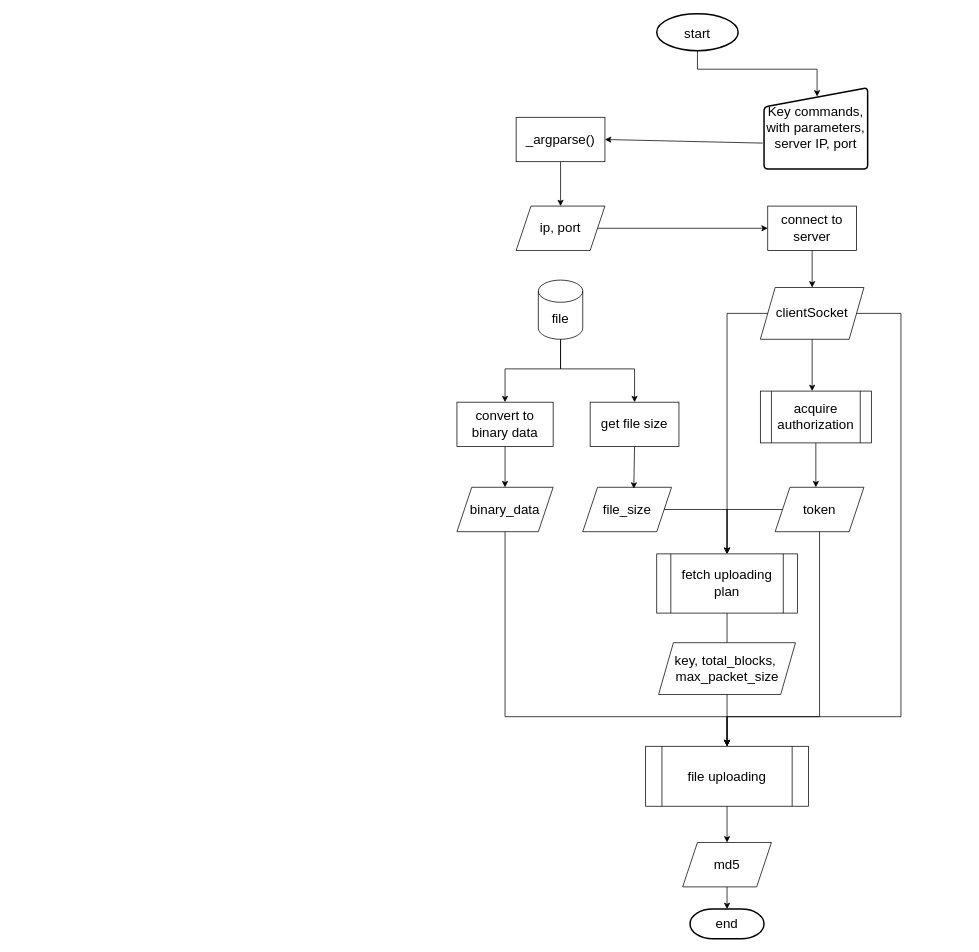
Above: page "main" (2 of 4) of Untitled Diagram.drawio in 1102131860/CAN201 (draw.io), before the change. Source tidied: cells renumbered, new cells numbered last; positions are measured from the earlier drawing's top-left corner, leaving out a move shared by most shapes. Both pictures are drawn from the tidied source at 74%, with x=0, y=0 at pixel (457, 13).
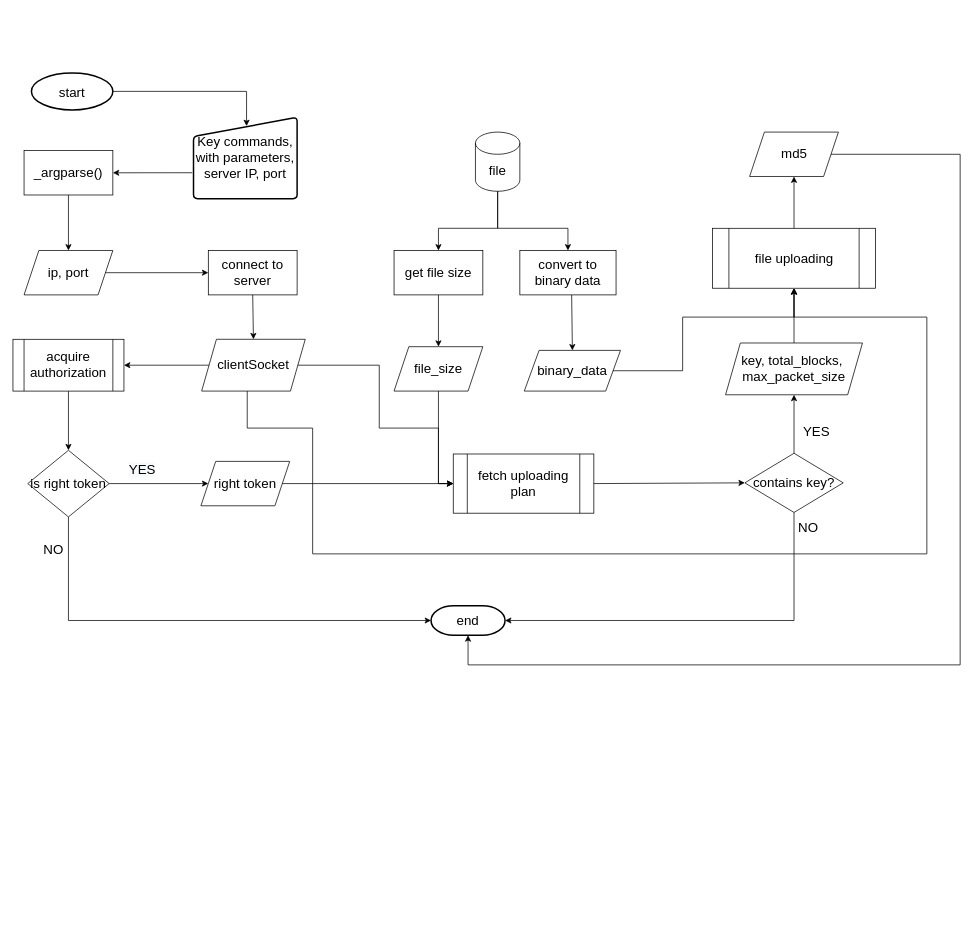
The same page after the edit.

Change to the diagram source:
```diff
@@
     <mxCell id="2" value="connect to server" style="rounded=0;whiteSpace=wrap;html=1;fontSize=18;" parent="1" vertex="1">
-      <mxGeometry x="420" y="260" width="120" height="60" as="geometry" />
+      <mxGeometry x="-336" y="320" width="120" height="60" as="geometry" />
     </mxCell>
@@
-    <mxCell id="4" style="endArrow=classic;html=1;rounded=0;fontSize=18;exitX=0.5;exitY=1;exitDx=0;exitDy=0;" parent="1" edge="1" source="5">
-      <mxGeometry relative="1" as="geometry">
-        <mxPoint x="485" y="640" as="targetPoint" />
-      </mxGeometry>
+    <mxCell id="4" style="endArrow=classic;html=1;rounded=0;fontSize=18;exitX=0.5;exitY=1;exitDx=0;exitDy=0;entryX=0.5;entryY=0;entryDx=0;entryDy=0;" parent="1" edge="1" source="5" target="41">
+      <mxGeometry relative="1" as="geometry" />
     </mxCell>
     <mxCell id="5" value="acquire authorization" style="shape=process;whiteSpace=wrap;html=1;backgroundOutline=1;fontSize=18;" parent="1" vertex="1">
-      <mxGeometry x="410" y="510" width="150" height="70" as="geometry" />
+      <mxGeometry x="-600" y="440" width="150" height="70" as="geometry" />
     </mxCell>
-    <mxCell id="6" value="token" style="shape=parallelogram;perimeter=parallelogramPerimeter;whiteSpace=wrap;html=1;fixedSize=1;fontSize=18;" parent="1" vertex="1">
-      <mxGeometry x="430" y="640" width="120" height="60" as="geometry" />
-    </mxCell>
     <mxCell id="7" value="fetch uploading plan" style="shape=process;whiteSpace=wrap;html=1;backgroundOutline=1;fontSize=18;" parent="1" vertex="1">
-      <mxGeometry x="270" y="730" width="190" height="80" as="geometry" />
+      <mxGeometry x="-5" y="595" width="190" height="80" as="geometry" />
     </mxCell>
-    <mxCell id="8" value="file_size" style="shape=parallelogram;perimeter=parallelogramPerimeter;whiteSpace=wrap;html=1;fixedSize=1;fontSize=18;" parent="1" vertex="1">
-      <mxGeometry x="170" y="640" width="120" height="60" as="geometry" />
-    </mxCell>
-    <mxCell id="9" value="file" style="shape=cylinder3;whiteSpace=wrap;html=1;boundedLbl=1;backgroundOutline=1;size=15;fontSize=18;" parent="1" vertex="1">
-      <mxGeometry x="110" y="360" width="60" height="80" as="geometry" />
-    </mxCell>
-    <mxCell id="10" value="get file size" style="rounded=0;whiteSpace=wrap;html=1;fontSize=18;" parent="1" vertex="1">
-      <mxGeometry x="180" y="525" width="120" height="60" as="geometry" />
-    </mxCell>
-    <mxCell id="11" style="endArrow=classic;html=1;rounded=0;fontSize=18;exitX=0.5;exitY=1;exitDx=0;exitDy=0;entryX=0.575;entryY=0.03;entryDx=0;entryDy=0;entryPerimeter=0;" parent="1" edge="1" source="10" target="8">
-      <mxGeometry relative="1" as="geometry" />
-    </mxCell>
-    <mxCell id="12" style="endArrow=classic;html=1;rounded=0;fontSize=18;exitX=1;exitY=0.5;exitDx=0;exitDy=0;entryX=0.5;entryY=0;entryDx=0;entryDy=0;edgeStyle=orthogonalEdgeStyle;" parent="1" edge="1" source="8" target="7">
-      <mxGeometry relative="1" as="geometry">
-        <Array as="points">
-          <mxPoint x="365" y="670" />
-        </Array>
-      </mxGeometry>
-    </mxCell>
-    <mxCell id="13" style="endArrow=classic;html=1;rounded=0;fontSize=18;exitX=0;exitY=0.5;exitDx=0;exitDy=0;entryX=0.5;entryY=0;entryDx=0;entryDy=0;edgeStyle=orthogonalEdgeStyle;" parent="1" edge="1" source="6" target="7">
-      <mxGeometry relative="1" as="geometry">
-        <Array as="points">
-          <mxPoint x="365" y="670" />
-        </Array>
-      </mxGeometry>
-    </mxCell>
     <mxCell id="14" value="clientSocket" style="shape=parallelogram;perimeter=parallelogramPerimeter;whiteSpace=wrap;html=1;fixedSize=1;fontSize=18;" parent="1" vertex="1">
-      <mxGeometry x="410" y="370" width="140" height="70" as="geometry" />
+      <mxGeometry x="-345" y="440" width="140" height="70" as="geometry" />
     </mxCell>
-    <mxCell id="15" style="endArrow=classic;html=1;rounded=0;fontSize=18;exitX=0.5;exitY=1;exitDx=0;exitDy=0;" parent="1" edge="1" source="14">
-      <mxGeometry relative="1" as="geometry">
-        <mxPoint x="480" y="510" as="targetPoint" />
-      </mxGeometry>
-    </mxCell>
-    <mxCell id="16" value="convert to binary data" style="rounded=0;whiteSpace=wrap;html=1;fontSize=18;" parent="1" vertex="1">
-      <mxGeometry y="525" width="130" height="60" as="geometry" />
-    </mxCell>
-    <mxCell id="17" value="binary_data" style="shape=parallelogram;perimeter=parallelogramPerimeter;whiteSpace=wrap;html=1;fixedSize=1;fontSize=18;" parent="1" vertex="1">
-      <mxGeometry y="640" width="130" height="60" as="geometry" />
-    </mxCell>
-    <mxCell id="18" style="endArrow=classic;html=1;rounded=0;fontSize=18;exitX=0.5;exitY=1;exitDx=0;exitDy=0;entryX=0.5;entryY=0;entryDx=0;entryDy=0;" parent="1" edge="1" source="16" target="17">
-      <mxGeometry relative="1" as="geometry" />
-    </mxCell>
     <mxCell id="19" value="ip, port" style="shape=parallelogram;perimeter=parallelogramPerimeter;whiteSpace=wrap;html=1;fixedSize=1;fontSize=18;" parent="1" vertex="1">
-      <mxGeometry x="80" y="260" width="120" height="60" as="geometry" />
+      <mxGeometry x="-585" y="320" width="120" height="60" as="geometry" />
     </mxCell>
     <mxCell id="20" value="&lt;span style=&quot;font-size: 18px;&quot;&gt;start&lt;/span&gt;" style="strokeWidth=2;html=1;shape=mxgraph.flowchart.start_1;whiteSpace=wrap;fontSize=24;" parent="1" vertex="1">
-      <mxGeometry x="270" width="110" height="50" as="geometry" />
+      <mxGeometry x="-575" y="80" width="110" height="50" as="geometry" />
     </mxCell>
-    <mxCell id="21" style="endArrow=classic;html=1;rounded=0;fontSize=18;exitX=0.5;exitY=1;exitDx=0;exitDy=0;exitPerimeter=0;entryX=0.512;entryY=0.108;entryDx=0;entryDy=0;entryPerimeter=0;edgeStyle=orthogonalEdgeStyle;" parent="1" edge="1" source="20" target="22">
+    <mxCell id="21" style="endArrow=classic;html=1;rounded=0;fontSize=18;exitX=1;exitY=0.5;exitDx=0;exitDy=0;exitPerimeter=0;entryX=0.512;entryY=0.108;entryDx=0;entryDy=0;entryPerimeter=0;edgeStyle=orthogonalEdgeStyle;" parent="1" edge="1" source="20" target="22">
       <mxGeometry relative="1" as="geometry" />
     </mxCell>
     <mxCell id="22" value="Key commands, with parameters, server IP, port" style="html=1;strokeWidth=2;shape=manualInput;whiteSpace=wrap;rounded=1;size=26;arcSize=11;fontSize=18;" parent="1" vertex="1">
-      <mxGeometry x="415" y="100" width="140" height="110" as="geometry" />
+      <mxGeometry x="-356" y="140" width="140" height="110" as="geometry" />
     </mxCell>
@@
     <mxCell id="24" value="_argparse()" style="rounded=0;whiteSpace=wrap;html=1;fontSize=18;" parent="1" vertex="1">
-      <mxGeometry x="80" y="140" width="120" height="60" as="geometry" />
+      <mxGeometry x="-585" y="185" width="120" height="60" as="geometry" />
     </mxCell>
@@
-    <mxCell id="27" style="endArrow=classic;html=1;rounded=0;fontSize=18;entryX=0.5;entryY=0;entryDx=0;entryDy=0;edgeStyle=orthogonalEdgeStyle;exitX=0;exitY=0.5;exitDx=0;exitDy=0;" parent="1" edge="1" source="14" target="7">
-      <mxGeometry relative="1" as="geometry">
-        <Array as="points">
-          <mxPoint x="365" y="405" />
-        </Array>
-      </mxGeometry>
-    </mxCell>
     <mxCell id="28" value="file uploading" style="shape=process;whiteSpace=wrap;html=1;backgroundOutline=1;fontSize=18;" parent="1" vertex="1">
-      <mxGeometry x="255" y="990" width="220" height="81" as="geometry" />
+      <mxGeometry x="345.5" y="290" width="220" height="81" as="geometry" />
     </mxCell>
-    <mxCell id="29" style="endArrow=classic;html=1;rounded=0;fontSize=18;exitX=0.5;exitY=1;exitDx=0;exitDy=0;exitPerimeter=0;entryX=0.5;entryY=0;entryDx=0;entryDy=0;edgeStyle=orthogonalEdgeStyle;" parent="1" edge="1" source="9" target="16">
-      <mxGeometry relative="1" as="geometry">
-        <Array as="points">
-          <mxPoint x="140" y="480" />
-          <mxPoint x="65" y="480" />
-        </Array>
-      </mxGeometry>
-    </mxCell>
-    <mxCell id="30" style="endArrow=classic;html=1;rounded=0;fontSize=18;entryX=0.5;entryY=0;entryDx=0;entryDy=0;edgeStyle=orthogonalEdgeStyle;" parent="1" edge="1" target="10">
-      <mxGeometry relative="1" as="geometry">
-        <mxPoint x="140" y="440" as="sourcePoint" />
-        <Array as="points">
-          <mxPoint x="140" y="480" />
-          <mxPoint x="240" y="480" />
-        </Array>
-      </mxGeometry>
-    </mxCell>
-    <mxCell id="31" style="endArrow=classic;html=1;rounded=0;fontSize=18;exitX=0.5;exitY=1;exitDx=0;exitDy=0;entryX=0.5;entryY=0;entryDx=0;entryDy=0;" parent="1" edge="1" source="28" target="32">
-      <mxGeometry relative="1" as="geometry" />
-    </mxCell>
     <mxCell id="32" value="md5" style="shape=parallelogram;perimeter=parallelogramPerimeter;whiteSpace=wrap;html=1;fixedSize=1;fontSize=18;" parent="1" vertex="1">
-      <mxGeometry x="305" y="1120" width="120" height="60" as="geometry" />
+      <mxGeometry x="395.5" y="160" width="120" height="60" as="geometry" />
     </mxCell>
     <mxCell id="33" value="end" style="strokeWidth=2;html=1;shape=mxgraph.flowchart.terminator;whiteSpace=wrap;fontSize=18;" parent="1" vertex="1">
-      <mxGeometry x="315" y="1210" width="100" height="40" as="geometry" />
+      <mxGeometry x="-35" y="800" width="100" height="40" as="geometry" />
     </mxCell>
+    <mxCell id="31" style="endArrow=classic;html=1;rounded=0;fontSize=18;exitX=0.5;exitY=0;exitDx=0;exitDy=0;entryX=0.5;entryY=1;entryDx=0;entryDy=0;" parent="1" edge="1" source="28" target="32">
+      <mxGeometry relative="1" as="geometry" />
+    </mxCell>
+    <mxCell id="41" value="is right token" style="rhombus;whiteSpace=wrap;html=1;fontSize=18;" parent="1" vertex="1">
+      <mxGeometry x="-580" y="590" width="110" height="90" as="geometry" />
+    </mxCell>
+    <mxCell id="42" value="right token" style="shape=parallelogram;perimeter=parallelogramPerimeter;whiteSpace=wrap;html=1;fixedSize=1;fontSize=18;" parent="1" vertex="1">
+      <mxGeometry x="-346" y="605" width="120" height="60" as="geometry" />
+    </mxCell>
+    <mxCell id="36" value="key, total_blocks,&amp;nbsp; max_packet_size" style="shape=parallelogram;perimeter=parallelogramPerimeter;whiteSpace=wrap;html=1;fixedSize=1;fontSize=18;" parent="1" vertex="1">
+      <mxGeometry x="363" y="445" width="185" height="70" as="geometry" />
+    </mxCell>
+    <mxCell id="43" value="contains key?" style="rhombus;whiteSpace=wrap;html=1;fontSize=18;" parent="1" vertex="1">
+      <mxGeometry x="389" y="594" width="133" height="80" as="geometry" />
+    </mxCell>
+    <mxCell id="44" style="endArrow=classic;html=1;rounded=0;fontSize=18;entryX=0.5;entryY=1;entryDx=0;entryDy=0;exitX=0.5;exitY=0;exitDx=0;exitDy=0;" parent="1" edge="1" source="43" target="36">
+      <mxGeometry relative="1" as="geometry" />
+    </mxCell>
+    <mxCell id="45" value="YES" style="text;html=1;strokeColor=none;fillColor=none;align=center;verticalAlign=middle;whiteSpace=wrap;rounded=0;fontSize=18;" parent="1" vertex="1">
+      <mxGeometry x="455.5" y="550" width="60" height="30" as="geometry" />
+    </mxCell>
+    <mxCell id="46" value="NO" style="text;html=1;strokeColor=none;fillColor=none;align=center;verticalAlign=middle;whiteSpace=wrap;rounded=0;fontSize=18;" parent="1" vertex="1">
+      <mxGeometry x="-575" y="710" width="60" height="30" as="geometry" />
+    </mxCell>
+    <mxCell id="47" value="NO" style="text;html=1;strokeColor=none;fillColor=none;align=center;verticalAlign=middle;whiteSpace=wrap;rounded=0;fontSize=18;" parent="1" vertex="1">
+      <mxGeometry x="445" y="680" width="60" height="30" as="geometry" />
+    </mxCell>
+    <mxCell id="48" value="&lt;span style=&quot;color: rgb(0, 0, 0); font-family: Helvetica; font-size: 18px; font-style: normal; font-variant-ligatures: normal; font-variant-caps: normal; font-weight: 400; letter-spacing: normal; orphans: 2; text-align: center; text-indent: 0px; text-transform: none; widows: 2; word-spacing: 0px; -webkit-text-stroke-width: 0px; background-color: rgb(248, 249, 250); text-decoration-thickness: initial; text-decoration-style: initial; text-decoration-color: initial; float: none; display: inline !important;&quot;&gt;YES&lt;/span&gt;" style="text;whiteSpace=wrap;html=1;fontSize=18;" parent="1" vertex="1">
+      <mxGeometry x="-445" y="600" width="70" height="50" as="geometry" />
+    </mxCell>
+    <mxCell id="9" value="file" style="shape=cylinder3;whiteSpace=wrap;html=1;boundedLbl=1;backgroundOutline=1;size=15;fontSize=18;" parent="1" vertex="1">
+      <mxGeometry x="25" y="160" width="60" height="80" as="geometry" />
+    </mxCell>
+    <mxCell id="49" style="endArrow=classic;html=1;rounded=0;fontSize=18;entryX=0.5;entryY=0;entryDx=0;entryDy=0;" parent="1" edge="1" target="17">
+      <mxGeometry relative="1" as="geometry">
+        <mxPoint x="155" y="380" as="sourcePoint" />
+      </mxGeometry>
+    </mxCell>
+    <mxCell id="11" style="endArrow=classic;html=1;rounded=0;fontSize=18;exitX=0.5;exitY=1;exitDx=0;exitDy=0;entryX=0.5;entryY=0;entryDx=0;entryDy=0;" parent="1" edge="1" source="10" target="8">
+      <mxGeometry relative="1" as="geometry" />
+    </mxCell>
+    <mxCell id="50" style="endArrow=classic;html=1;rounded=0;fontSize=18;exitX=0.5;exitY=1;exitDx=0;exitDy=0;exitPerimeter=0;entryX=0.5;entryY=0;entryDx=0;entryDy=0;edgeStyle=orthogonalEdgeStyle;" parent="1" edge="1" source="9" target="10">
+      <mxGeometry relative="1" as="geometry">
+        <Array as="points">
+          <mxPoint x="55" y="290" />
+          <mxPoint x="-25" y="290" />
+          <mxPoint x="-25" y="320" />
+        </Array>
+      </mxGeometry>
+    </mxCell>
+    <mxCell id="51" style="endArrow=classic;html=1;rounded=0;fontSize=18;exitX=1;exitY=0.5;exitDx=0;exitDy=0;" parent="1" edge="1" source="41" target="42">
+      <mxGeometry relative="1" as="geometry" />
+    </mxCell>
+    <mxCell id="52" style="endArrow=classic;html=1;rounded=0;fontSize=18;exitX=1;exitY=0.5;exitDx=0;exitDy=0;entryX=0;entryY=0.5;entryDx=0;entryDy=0;" parent="1" edge="1" source="42" target="7">
+      <mxGeometry relative="1" as="geometry" />
+    </mxCell>
+    <mxCell id="8" value="file_size" style="shape=parallelogram;perimeter=parallelogramPerimeter;whiteSpace=wrap;html=1;fixedSize=1;fontSize=18;" parent="1" vertex="1">
+      <mxGeometry x="-85" y="450" width="120" height="60" as="geometry" />
+    </mxCell>
+    <mxCell id="17" value="binary_data" style="shape=parallelogram;perimeter=parallelogramPerimeter;whiteSpace=wrap;html=1;fixedSize=1;fontSize=18;" parent="1" vertex="1">
+      <mxGeometry x="91" y="455" width="130" height="55" as="geometry" />
+    </mxCell>
+    <mxCell id="16" value="convert to binary data" style="rounded=0;whiteSpace=wrap;html=1;fontSize=18;" parent="1" vertex="1">
+      <mxGeometry x="85" y="320" width="130" height="60" as="geometry" />
+    </mxCell>
+    <mxCell id="10" value="get file size" style="rounded=0;whiteSpace=wrap;html=1;fontSize=18;" parent="1" vertex="1">
+      <mxGeometry x="-85" y="320" width="120" height="60" as="geometry" />
+    </mxCell>
+    <mxCell id="29" style="endArrow=classic;html=1;rounded=0;fontSize=18;exitX=0.5;exitY=1;exitDx=0;exitDy=0;exitPerimeter=0;entryX=0.5;entryY=0;entryDx=0;entryDy=0;edgeStyle=orthogonalEdgeStyle;" parent="1" edge="1" source="9" target="16">
+      <mxGeometry relative="1" as="geometry">
+        <Array as="points">
+          <mxPoint x="55" y="290" />
+          <mxPoint x="150" y="290" />
+        </Array>
+      </mxGeometry>
+    </mxCell>
+    <mxCell id="27" style="endArrow=classic;html=1;rounded=0;fontSize=18;exitX=1;exitY=0.5;exitDx=0;exitDy=0;entryX=0;entryY=0.5;entryDx=0;entryDy=0;edgeStyle=orthogonalEdgeStyle;" parent="1" edge="1" source="14" target="7">
+      <mxGeometry relative="1" as="geometry">
+        <Array as="points">
+          <mxPoint x="-105" y="475" />
+          <mxPoint x="-105" y="560" />
+          <mxPoint x="-25" y="560" />
+          <mxPoint x="-25" y="635" />
+        </Array>
+      </mxGeometry>
+    </mxCell>
+    <mxCell id="12" style="endArrow=classic;html=1;rounded=0;fontSize=18;exitX=0.5;exitY=1;exitDx=0;exitDy=0;entryX=0;entryY=0.5;entryDx=0;entryDy=0;edgeStyle=orthogonalEdgeStyle;" parent="1" edge="1" source="8" target="7">
+      <mxGeometry relative="1" as="geometry" />
+    </mxCell>
+    <mxCell id="37" style="endArrow=classic;html=1;rounded=0;fontSize=18;exitX=1;exitY=0.5;exitDx=0;exitDy=0;entryX=0.5;entryY=1;entryDx=0;entryDy=0;edgeStyle=orthogonalEdgeStyle;" parent="1" edge="1" source="17" target="28">
+      <mxGeometry relative="1" as="geometry">
+        <Array as="points">
+          <mxPoint x="305" y="482" />
+          <mxPoint x="305" y="410" />
+          <mxPoint x="456" y="410" />
+        </Array>
+      </mxGeometry>
+    </mxCell>
+    <mxCell id="40" style="endArrow=classic;html=1;rounded=0;fontSize=18;exitX=0.44;exitY=1;exitDx=0;exitDy=0;exitPerimeter=0;entryX=0.5;entryY=1;entryDx=0;entryDy=0;edgeStyle=orthogonalEdgeStyle;" parent="1" edge="1" source="14" target="28">
+      <mxGeometry relative="1" as="geometry">
+        <Array as="points">
+          <mxPoint x="-283" y="560" />
+          <mxPoint x="-195" y="560" />
+          <mxPoint x="-195" y="730" />
+          <mxPoint x="635" y="730" />
+          <mxPoint x="635" y="410" />
+          <mxPoint x="456" y="410" />
+        </Array>
+      </mxGeometry>
+    </mxCell>
+    <mxCell id="38" style="endArrow=classic;html=1;rounded=0;fontSize=18;entryX=0.5;entryY=1;entryDx=0;entryDy=0;exitX=0.5;exitY=0;exitDx=0;exitDy=0;" parent="1" edge="1" source="36" target="28">
+      <mxGeometry relative="1" as="geometry" />
+    </mxCell>
+    <mxCell id="53" style="endArrow=classic;html=1;rounded=0;fontSize=18;exitX=0.5;exitY=1;exitDx=0;exitDy=0;entryX=0;entryY=0.5;entryDx=0;entryDy=0;entryPerimeter=0;edgeStyle=orthogonalEdgeStyle;" parent="1" edge="1" source="41" target="33">
+      <mxGeometry relative="1" as="geometry" />
+    </mxCell>
+    <mxCell id="54" style="endArrow=classic;html=1;rounded=0;fontSize=18;exitX=0.5;exitY=1;exitDx=0;exitDy=0;entryX=1;entryY=0.5;entryDx=0;entryDy=0;entryPerimeter=0;edgeStyle=orthogonalEdgeStyle;" parent="1" edge="1" source="43" target="33">
+      <mxGeometry relative="1" as="geometry" />
+    </mxCell>
+    <mxCell id="55" style="endArrow=classic;html=1;rounded=0;fontSize=18;exitX=1;exitY=0.5;exitDx=0;exitDy=0;entryX=0;entryY=0.5;entryDx=0;entryDy=0;" parent="1" edge="1" source="7" target="43">
+      <mxGeometry relative="1" as="geometry" />
+    </mxCell>
-    <mxCell id="34" style="endArrow=classic;html=1;rounded=0;fontSize=18;exitX=0.5;exitY=1;exitDx=0;exitDy=0;entryX=0.5;entryY=0;entryDx=0;entryDy=0;entryPerimeter=0;" parent="1" edge="1" source="32" target="33">
-      <mxGeometry relative="1" as="geometry" />
+    <mxCell id="34" style="endArrow=classic;html=1;rounded=0;fontSize=18;exitX=1;exitY=0.5;exitDx=0;exitDy=0;entryX=0.5;entryY=1;entryDx=0;entryDy=0;entryPerimeter=0;edgeStyle=orthogonalEdgeStyle;" parent="1" edge="1" source="32" target="33">
+      <mxGeometry relative="1" as="geometry">
+        <Array as="points">
+          <mxPoint x="680" y="190" />
+          <mxPoint x="680" y="880" />
+          <mxPoint x="15" y="880" />
+        </Array>
+      </mxGeometry>
     </mxCell>
-    <mxCell id="35" style="endArrow=none;html=1;rounded=0;fontSize=18;exitX=0.5;exitY=1;exitDx=0;exitDy=0;" parent="1" edge="1" source="7">
-      <mxGeometry relative="1" as="geometry">
-        <mxPoint x="365" y="850" as="targetPoint" />
-      </mxGeometry>
-    </mxCell>
-    <mxCell id="36" value="key, total_blocks,&amp;nbsp; max_packet_size" style="shape=parallelogram;perimeter=parallelogramPerimeter;whiteSpace=wrap;html=1;fixedSize=1;fontSize=18;" parent="1" vertex="1">
-      <mxGeometry x="272.5" y="850" width="185" height="70" as="geometry" />
-    </mxCell>
-    <mxCell id="37" style="endArrow=classic;html=1;rounded=0;fontSize=18;exitX=0.5;exitY=1;exitDx=0;exitDy=0;entryX=0.5;entryY=0;entryDx=0;entryDy=0;edgeStyle=orthogonalEdgeStyle;" parent="1" edge="1" source="17" target="28">
-      <mxGeometry relative="1" as="geometry">
-        <Array as="points">
-          <mxPoint x="65" y="950" />
-          <mxPoint x="365" y="950" />
-        </Array>
-      </mxGeometry>
-    </mxCell>
-    <mxCell id="38" style="endArrow=classic;html=1;rounded=0;fontSize=18;exitX=0.5;exitY=1;exitDx=0;exitDy=0;entryX=0.5;entryY=0;entryDx=0;entryDy=0;" parent="1" edge="1" source="36" target="28">
-      <mxGeometry relative="1" as="geometry" />
-    </mxCell>
-    <mxCell id="39" style="endArrow=classic;html=1;rounded=0;fontSize=18;entryX=0.5;entryY=0;entryDx=0;entryDy=0;exitX=0.5;exitY=1;exitDx=0;exitDy=0;edgeStyle=orthogonalEdgeStyle;" parent="1" edge="1" source="6" target="28">
-      <mxGeometry relative="1" as="geometry">
-        <Array as="points">
-          <mxPoint x="490" y="950" />
-          <mxPoint x="365" y="950" />
-        </Array>
-      </mxGeometry>
-    </mxCell>
-    <mxCell id="40" style="endArrow=classic;html=1;rounded=0;fontSize=18;exitX=1;exitY=0.5;exitDx=0;exitDy=0;entryX=0.5;entryY=0;entryDx=0;entryDy=0;edgeStyle=orthogonalEdgeStyle;elbow=vertical;" parent="1" edge="1" source="14" target="28">
-      <mxGeometry relative="1" as="geometry">
-        <Array as="points">
-          <mxPoint x="600" y="405" />
-          <mxPoint x="600" y="950" />
-          <mxPoint x="365" y="950" />
-        </Array>
-      </mxGeometry>
-    </mxCell>
+    <mxCell id="56" style="endArrow=classic;html=1;rounded=0;fontSize=18;entryX=1;entryY=0.5;entryDx=0;entryDy=0;exitX=0;exitY=0.5;exitDx=0;exitDy=0;" parent="1" edge="1" source="14" target="5">
+      <mxGeometry relative="1" as="geometry" />
+    </mxCell>
```
